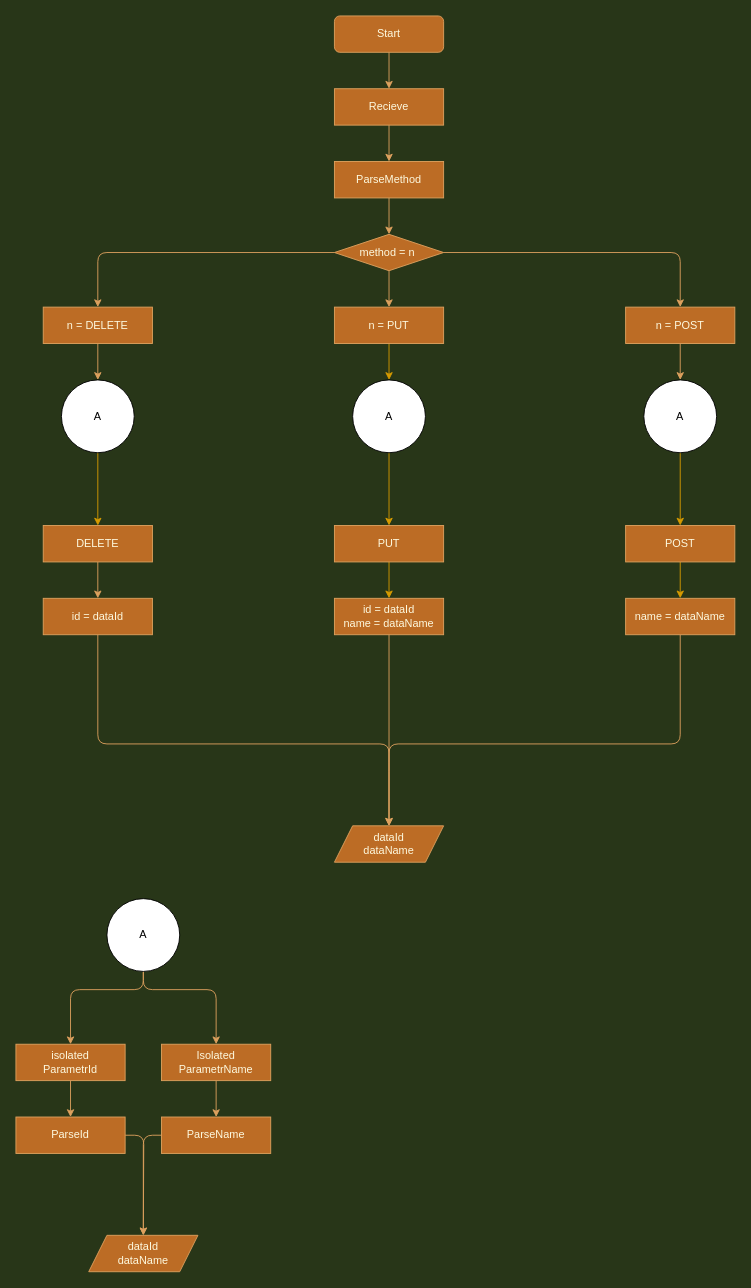
Earlier version of the draw.io diagram Untitled Diagram.drawio (AntiSoundWorld/Server-Curl). Source tidied: cells renumbered, new cells numbered last; positions are measured from the earlier drawing's top-left corner, leaving out a move shared by most shapes. Both pictures are drawn from the tidied source at 91%, with x=0, y=0 at pixel (15, 15).
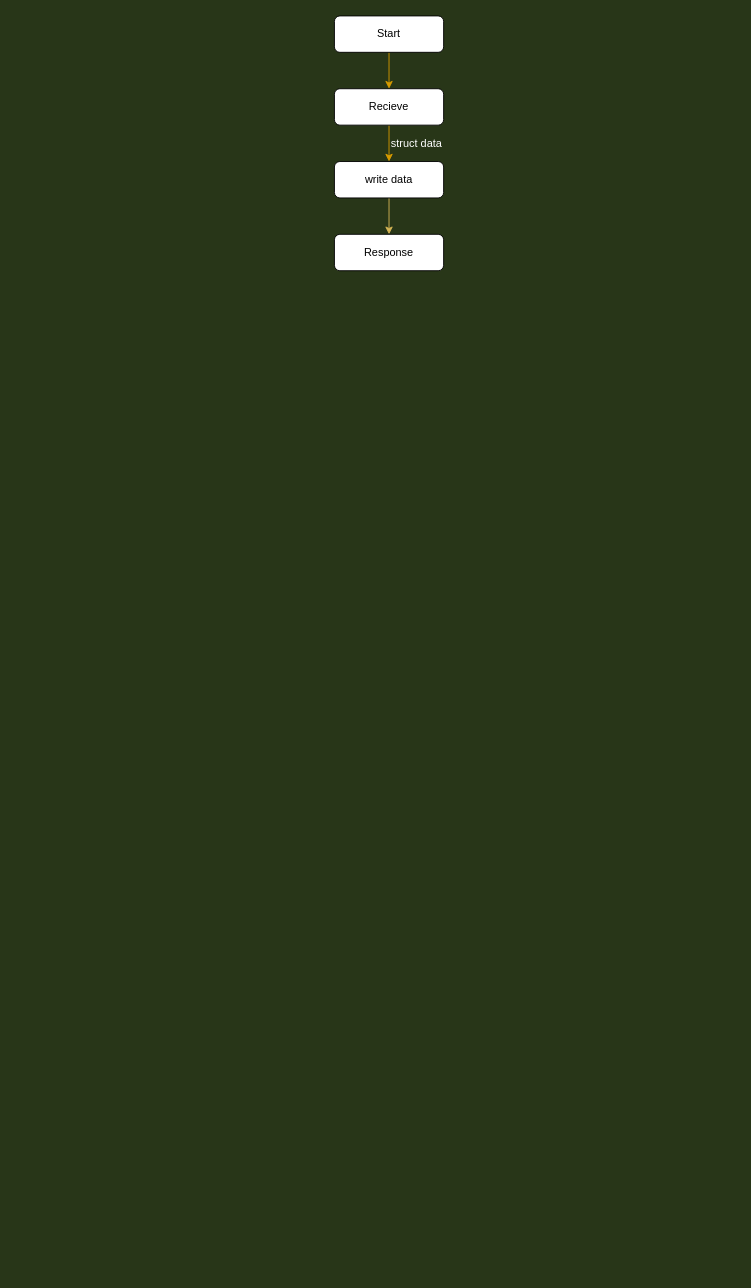
The same diagram, later.

The edit, as a diff of the source:
```diff
@@
+    <mxCell id="17" style="edgeStyle=orthogonalEdgeStyle;rounded=0;orthogonalLoop=1;jettySize=auto;html=1;" parent="1" edge="1">
+      <mxGeometry relative="1" as="geometry">
+        <mxPoint x="430" y="-20" as="targetPoint" />
+      </mxGeometry>
+    </mxCell>
+    <mxCell id="3" style="edgeStyle=orthogonalEdgeStyle;rounded=0;jettySize=auto;html=1;fillColor=#ffe6cc;strokeColor=#d79b00;" parent="1" edge="1" source="2" target="5">
+      <mxGeometry relative="1" as="geometry" />
+    </mxCell>
-    <mxCell id="2" value="Start" style="rounded=1;whiteSpace=wrap;html=1;fillColor=#BC6C25;strokeColor=#DDA15E;fontColor=#FEFAE0;" parent="1" vertex="1">
+    <mxCell id="2" value="Start&lt;br&gt;" style="rounded=1;whiteSpace=wrap;html=1;" parent="1" vertex="1">
       <mxGeometry x="350" width="120" height="40" as="geometry" />
     </mxCell>
-    <mxCell id="3" style="endArrow=classic;html=1;strokeColor=#DDA15E;fillColor=#BC6C25;fontColor=#FEFAE0;entryX=0.5;entryY=0;entryDx=0;entryDy=0;" parent="1" edge="1" source="2" target="5">
-      <mxGeometry relative="1" as="geometry" />
-    </mxCell>
-    <mxCell id="4" style="edgeStyle=orthogonalEdgeStyle;curved=0;rounded=1;sketch=0;jettySize=auto;html=1;strokeColor=#DDA15E;fillColor=#BC6C25;fontColor=#FEFAE0;" parent="1" edge="1" source="5" target="7">
-      <mxGeometry relative="1" as="geometry" />
-    </mxCell>
+    <mxCell id="53" style="edgeStyle=orthogonalEdgeStyle;rounded=0;jettySize=auto;html=1;fillColor=#ffe6cc;strokeColor=#d79b00;" parent="1" edge="1" source="5" target="55">
+      <mxGeometry relative="1" as="geometry" />
+    </mxCell>
-    <mxCell id="5" value="Recieve&lt;br&gt;" style="rounded=0;whiteSpace=wrap;html=1;sketch=0;strokeColor=#DDA15E;fillColor=#BC6C25;fontColor=#FEFAE0;" parent="1" vertex="1">
+    <mxCell id="5" value="Recieve" style="rounded=1;whiteSpace=wrap;html=1;" parent="1" vertex="1">
       <mxGeometry x="350" y="80" width="120" height="40" as="geometry" />
     </mxCell>
-    <mxCell id="6" style="edgeStyle=orthogonalEdgeStyle;curved=0;rounded=1;sketch=0;jettySize=auto;html=1;strokeColor=#DDA15E;fillColor=#BC6C25;fontColor=#FEFAE0;" parent="1" edge="1" source="7" target="12">
-      <mxGeometry relative="1" as="geometry" />
-    </mxCell>
-    <mxCell id="7" value="ParseMethod" style="rounded=0;whiteSpace=wrap;html=1;sketch=0;strokeColor=#DDA15E;fillColor=#BC6C25;fontColor=#FEFAE0;" parent="1" vertex="1">
-      <mxGeometry x="350" y="160" width="120" height="40" as="geometry" />
-    </mxCell>
-    <mxCell id="8" style="edgeStyle=orthogonalEdgeStyle;curved=0;rounded=1;sketch=0;orthogonalLoop=1;jettySize=auto;html=1;exitX=0.5;exitY=1;exitDx=0;exitDy=0;strokeColor=#DDA15E;fillColor=#BC6C25;fontColor=#FEFAE0;" parent="1" edge="1" source="5" target="5">
-      <mxGeometry relative="1" as="geometry" />
-    </mxCell>
-    <mxCell id="9" style="edgeStyle=orthogonalEdgeStyle;curved=0;rounded=1;sketch=0;jettySize=auto;html=1;strokeColor=#DDA15E;fillColor=#BC6C25;fontColor=#FEFAE0;" parent="1" edge="1" source="12" target="16">
-      <mxGeometry relative="1" as="geometry" />
-    </mxCell>
-    <mxCell id="10" style="edgeStyle=orthogonalEdgeStyle;curved=0;rounded=1;sketch=0;jettySize=auto;html=1;strokeColor=#DDA15E;fillColor=#BC6C25;fontColor=#FEFAE0;entryX=0.5;entryY=0;entryDx=0;entryDy=0;" parent="1" edge="1" source="12" target="14">
-      <mxGeometry relative="1" as="geometry" />
-    </mxCell>
-    <mxCell id="11" style="edgeStyle=orthogonalEdgeStyle;curved=0;rounded=1;sketch=0;jettySize=auto;html=1;strokeColor=#DDA15E;fillColor=#BC6C25;fontColor=#FEFAE0;entryX=0.5;entryY=0;entryDx=0;entryDy=0;" parent="1" edge="1" source="12" target="28">
-      <mxGeometry relative="1" as="geometry" />
-    </mxCell>
-    <mxCell id="12" value="method = n&amp;nbsp;" style="rhombus;whiteSpace=wrap;html=1;rounded=0;sketch=0;strokeColor=#DDA15E;fillColor=#BC6C25;fontColor=#FEFAE0;" parent="1" vertex="1">
-      <mxGeometry x="350" y="240" width="120" height="40" as="geometry" />
-    </mxCell>
-    <mxCell id="13" style="edgeStyle=orthogonalEdgeStyle;curved=0;rounded=1;sketch=0;jettySize=auto;html=1;strokeColor=#DDA15E;fillColor=#BC6C25;fontColor=#FEFAE0;exitX=0.5;exitY=1;exitDx=0;exitDy=0;" parent="1" edge="1" source="14" target="47">
-      <mxGeometry relative="1" as="geometry" />
-    </mxCell>
-    <mxCell id="14" value="n = DELETE" style="rounded=0;whiteSpace=wrap;html=1;sketch=0;strokeColor=#DDA15E;fillColor=#BC6C25;fontColor=#FEFAE0;" parent="1" vertex="1">
-      <mxGeometry x="30" y="320" width="120" height="40" as="geometry" />
-    </mxCell>
-    <mxCell id="15" style="edgeStyle=orthogonalEdgeStyle;rounded=0;jettySize=auto;html=1;entryX=0.5;entryY=0;entryDx=0;entryDy=0;fillColor=#ffe6cc;strokeColor=#d79b00;" parent="1" edge="1" source="16" target="50">
-      <mxGeometry relative="1" as="geometry" />
-    </mxCell>
-    <mxCell id="16" value="n = PUT" style="rounded=0;whiteSpace=wrap;html=1;sketch=0;strokeColor=#DDA15E;fillColor=#BC6C25;fontColor=#FEFAE0;" parent="1" vertex="1">
-      <mxGeometry x="350" y="320" width="120" height="40" as="geometry" />
-    </mxCell>
-    <mxCell id="17" style="edgeStyle=orthogonalEdgeStyle;rounded=0;orthogonalLoop=1;jettySize=auto;html=1;" parent="1" edge="1">
-      <mxGeometry relative="1" as="geometry">
-        <mxPoint x="390" y="460" as="targetPoint" />
-      </mxGeometry>
-    </mxCell>
-    <mxCell id="18" style="edgeStyle=orthogonalEdgeStyle;curved=0;rounded=1;sketch=0;jettySize=auto;html=1;strokeColor=#DDA15E;fillColor=#BC6C25;fontColor=#FEFAE0;" parent="1" edge="1" source="19" target="25">
-      <mxGeometry relative="1" as="geometry" />
-    </mxCell>
-    <mxCell id="19" value="DELETE&lt;br&gt;" style="rounded=0;whiteSpace=wrap;html=1;sketch=0;strokeColor=#DDA15E;fillColor=#BC6C25;fontColor=#FEFAE0;" parent="1" vertex="1">
-      <mxGeometry x="30" y="560" width="120" height="40" as="geometry" />
-    </mxCell>
-    <mxCell id="20" style="edgeStyle=orthogonalEdgeStyle;rounded=0;jettySize=auto;html=1;fillColor=#ffe6cc;strokeColor=#d79b00;" parent="1" edge="1" source="21" target="34">
-      <mxGeometry relative="1" as="geometry" />
-    </mxCell>
-    <mxCell id="21" value="PUT" style="rounded=0;whiteSpace=wrap;html=1;sketch=0;strokeColor=#DDA15E;fillColor=#BC6C25;fontColor=#FEFAE0;" parent="1" vertex="1">
-      <mxGeometry x="350" y="560" width="120" height="40" as="geometry" />
-    </mxCell>
-    <mxCell id="22" style="edgeStyle=orthogonalEdgeStyle;rounded=0;jettySize=auto;html=1;fillColor=#ffe6cc;strokeColor=#d79b00;" parent="1" edge="1" source="23" target="32">
-      <mxGeometry relative="1" as="geometry" />
-    </mxCell>
-    <mxCell id="23" value="POST" style="rounded=0;whiteSpace=wrap;html=1;sketch=0;strokeColor=#DDA15E;fillColor=#BC6C25;fontColor=#FEFAE0;" parent="1" vertex="1">
-      <mxGeometry x="670" y="560" width="120" height="40" as="geometry" />
-    </mxCell>
-    <mxCell id="24" style="edgeStyle=orthogonalEdgeStyle;curved=0;rounded=1;sketch=0;jettySize=auto;html=1;strokeColor=#DDA15E;fillColor=#BC6C25;fontColor=#FEFAE0;exitX=0.5;exitY=1;exitDx=0;exitDy=0;" parent="1" edge="1" source="25">
-      <mxGeometry relative="1" as="geometry">
-        <mxPoint x="410" y="890" as="targetPoint" />
-        <Array as="points">
-          <mxPoint x="90" y="800" />
-          <mxPoint x="410" y="800" />
-        </Array>
-      </mxGeometry>
-    </mxCell>
-    <mxCell id="25" value="id = dataId" style="rounded=0;whiteSpace=wrap;html=1;sketch=0;strokeColor=#DDA15E;fillColor=#BC6C25;fontColor=#FEFAE0;" parent="1" vertex="1">
-      <mxGeometry x="30" y="640" width="120" height="40" as="geometry" />
-    </mxCell>
-    <mxCell id="26" value="dataId&lt;br&gt;dataName" style="shape=parallelogram;perimeter=parallelogramPerimeter;whiteSpace=wrap;html=1;fixedSize=1;rounded=0;sketch=0;strokeColor=#DDA15E;fillColor=#BC6C25;fontColor=#FEFAE0;" parent="1" vertex="1">
-      <mxGeometry x="350" y="890" width="120" height="40" as="geometry" />
-    </mxCell>
-    <mxCell id="27" style="edgeStyle=orthogonalEdgeStyle;curved=0;rounded=1;sketch=0;jettySize=auto;html=1;strokeColor=#DDA15E;fillColor=#BC6C25;fontColor=#FEFAE0;exitX=0.5;exitY=1;exitDx=0;exitDy=0;entryX=0.5;entryY=0;entryDx=0;entryDy=0;" parent="1" edge="1" source="28" target="52">
-      <mxGeometry relative="1" as="geometry" />
-    </mxCell>
-    <mxCell id="28" value="n = POST" style="rounded=0;whiteSpace=wrap;html=1;sketch=0;strokeColor=#DDA15E;fillColor=#BC6C25;fontColor=#FEFAE0;" parent="1" vertex="1">
-      <mxGeometry x="670" y="320" width="120" height="40" as="geometry" />
-    </mxCell>
-    <mxCell id="29" style="edgeStyle=orthogonalEdgeStyle;curved=0;rounded=1;sketch=0;orthogonalLoop=1;jettySize=auto;html=1;exitX=0.5;exitY=1;exitDx=0;exitDy=0;strokeColor=#DDA15E;fillColor=#BC6C25;fontColor=#FEFAE0;" parent="1" edge="1">
-      <mxGeometry relative="1" as="geometry">
-        <mxPoint x="410" y="510" as="sourcePoint" />
-        <mxPoint x="410" y="510" as="targetPoint" />
-      </mxGeometry>
-    </mxCell>
-    <mxCell id="30" style="edgeStyle=orthogonalEdgeStyle;curved=0;rounded=1;sketch=0;orthogonalLoop=1;jettySize=auto;html=1;exitX=0.5;exitY=1;exitDx=0;exitDy=0;strokeColor=#DDA15E;fillColor=#BC6C25;fontColor=#FEFAE0;" parent="1" edge="1">
-      <mxGeometry relative="1" as="geometry">
-        <mxPoint x="410" y="510" as="sourcePoint" />
-        <mxPoint x="410" y="510" as="targetPoint" />
-      </mxGeometry>
-    </mxCell>
-    <mxCell id="31" style="edgeStyle=orthogonalEdgeStyle;curved=0;rounded=1;sketch=0;jettySize=auto;html=1;strokeColor=#DDA15E;fillColor=#BC6C25;fontColor=#FEFAE0;entryX=0.5;entryY=0;entryDx=0;entryDy=0;exitX=0.5;exitY=1;exitDx=0;exitDy=0;" parent="1" edge="1" source="32" target="26">
-      <mxGeometry relative="1" as="geometry">
-        <Array as="points">
-          <mxPoint x="730" y="800" />
-          <mxPoint x="410" y="800" />
-        </Array>
-      </mxGeometry>
-    </mxCell>
-    <mxCell id="32" value="name = dataName" style="rounded=0;whiteSpace=wrap;html=1;sketch=0;strokeColor=#DDA15E;fillColor=#BC6C25;fontColor=#FEFAE0;" parent="1" vertex="1">
-      <mxGeometry x="670" y="640" width="120" height="40" as="geometry" />
-    </mxCell>
-    <mxCell id="33" style="edgeStyle=orthogonalEdgeStyle;curved=0;rounded=1;sketch=0;jettySize=auto;html=1;strokeColor=#DDA15E;fillColor=#BC6C25;fontColor=#FEFAE0;exitX=0.5;exitY=1;exitDx=0;exitDy=0;" parent="1" edge="1" source="34">
-      <mxGeometry relative="1" as="geometry">
-        <mxPoint x="410" y="890" as="targetPoint" />
-        <Array as="points">
-          <mxPoint x="410" y="820" />
-          <mxPoint x="410" y="820" />
-        </Array>
-      </mxGeometry>
-    </mxCell>
-    <mxCell id="34" value="id = dataId&lt;br&gt;name = dataName" style="rounded=0;whiteSpace=wrap;html=1;sketch=0;strokeColor=#DDA15E;fillColor=#BC6C25;fontColor=#FEFAE0;" parent="1" vertex="1">
-      <mxGeometry x="350" y="640" width="120" height="40" as="geometry" />
-    </mxCell>
-    <mxCell id="35" style="edgeStyle=orthogonalEdgeStyle;curved=0;rounded=1;sketch=0;jettySize=auto;html=1;strokeColor=#DDA15E;fillColor=#BC6C25;fontColor=#FEFAE0;" parent="1" edge="1" target="38">
-      <mxGeometry relative="1" as="geometry">
-        <mxPoint x="140" y="1050" as="sourcePoint" />
-        <Array as="points">
-          <mxPoint x="140" y="1070" />
-          <mxPoint x="60" y="1070" />
-        </Array>
-      </mxGeometry>
-    </mxCell>
-    <mxCell id="36" style="edgeStyle=orthogonalEdgeStyle;curved=0;rounded=1;sketch=0;jettySize=auto;html=1;strokeColor=#DDA15E;fillColor=#BC6C25;fontColor=#FEFAE0;" parent="1" edge="1" target="42">
-      <mxGeometry relative="1" as="geometry">
-        <mxPoint x="140" y="1050" as="sourcePoint" />
-        <Array as="points">
-          <mxPoint x="140" y="1070" />
-          <mxPoint x="220" y="1070" />
-        </Array>
-      </mxGeometry>
-    </mxCell>
-    <mxCell id="37" style="edgeStyle=orthogonalEdgeStyle;curved=0;rounded=1;sketch=0;jettySize=auto;html=1;strokeColor=#DDA15E;fillColor=#BC6C25;fontColor=#FEFAE0;" parent="1" edge="1" source="38" target="40">
-      <mxGeometry relative="1" as="geometry" />
-    </mxCell>
-    <mxCell id="38" value="isolated&lt;br&gt;ParametrId" style="rounded=0;whiteSpace=wrap;html=1;sketch=0;strokeColor=#DDA15E;fillColor=#BC6C25;fontColor=#FEFAE0;" parent="1" vertex="1">
-      <mxGeometry y="1130" width="120" height="40" as="geometry" />
-    </mxCell>
-    <mxCell id="39" style="edgeStyle=orthogonalEdgeStyle;curved=0;rounded=1;sketch=0;jettySize=auto;html=1;strokeColor=#DDA15E;fillColor=#BC6C25;fontColor=#FEFAE0;" parent="1" edge="1" source="40">
-      <mxGeometry relative="1" as="geometry">
-        <mxPoint x="140" y="1340" as="targetPoint" />
-      </mxGeometry>
-    </mxCell>
-    <mxCell id="40" value="ParseId" style="rounded=0;whiteSpace=wrap;html=1;sketch=0;strokeColor=#DDA15E;fillColor=#BC6C25;fontColor=#FEFAE0;" parent="1" vertex="1">
-      <mxGeometry y="1210" width="120" height="40" as="geometry" />
-    </mxCell>
-    <mxCell id="41" style="edgeStyle=orthogonalEdgeStyle;curved=0;rounded=1;sketch=0;jettySize=auto;html=1;strokeColor=#DDA15E;fillColor=#BC6C25;fontColor=#FEFAE0;" parent="1" edge="1" source="42" target="43">
-      <mxGeometry relative="1" as="geometry" />
-    </mxCell>
-    <mxCell id="42" value="Isolated&lt;br&gt;ParametrName" style="rounded=0;whiteSpace=wrap;html=1;sketch=0;strokeColor=#DDA15E;fillColor=#BC6C25;fontColor=#FEFAE0;" parent="1" vertex="1">
-      <mxGeometry x="160" y="1130" width="120" height="40" as="geometry" />
-    </mxCell>
-    <mxCell id="43" value="ParseName" style="rounded=0;whiteSpace=wrap;html=1;sketch=0;strokeColor=#DDA15E;fillColor=#BC6C25;fontColor=#FEFAE0;" parent="1" vertex="1">
-      <mxGeometry x="160" y="1210" width="120" height="40" as="geometry" />
-    </mxCell>
-    <mxCell id="44" style="edgeStyle=orthogonalEdgeStyle;curved=0;rounded=1;sketch=0;jettySize=auto;html=1;strokeColor=#DDA15E;fillColor=#BC6C25;fontColor=#FEFAE0;entryX=0.5;entryY=0;entryDx=0;entryDy=0;" parent="1" edge="1" source="43" target="45">
-      <mxGeometry relative="1" as="geometry">
-        <Array as="points">
-          <mxPoint x="140" y="1230" />
-        </Array>
-      </mxGeometry>
-    </mxCell>
-    <mxCell id="45" value="dataId&lt;br&gt;dataName" style="shape=parallelogram;perimeter=parallelogramPerimeter;whiteSpace=wrap;html=1;fixedSize=1;rounded=0;sketch=0;strokeColor=#DDA15E;fillColor=#BC6C25;fontColor=#FEFAE0;" parent="1" vertex="1">
-      <mxGeometry x="80" y="1340" width="120" height="40" as="geometry" />
-    </mxCell>
-    <mxCell id="46" style="edgeStyle=orthogonalEdgeStyle;rounded=0;jettySize=auto;html=1;entryX=0.5;entryY=0;entryDx=0;entryDy=0;fillColor=#ffe6cc;strokeColor=#d79b00;" parent="1" edge="1" source="47" target="19">
-      <mxGeometry relative="1" as="geometry" />
-    </mxCell>
-    <mxCell id="47" value="A" style="ellipse;whiteSpace=wrap;html=1;" parent="1" vertex="1">
-      <mxGeometry x="50" y="400" width="80" height="80" as="geometry" />
-    </mxCell>
-    <mxCell id="48" value="A" style="ellipse;whiteSpace=wrap;html=1;" parent="1" vertex="1">
-      <mxGeometry x="100" y="970" width="80" height="80" as="geometry" />
-    </mxCell>
-    <mxCell id="49" style="edgeStyle=orthogonalEdgeStyle;rounded=0;jettySize=auto;html=1;entryX=0.5;entryY=0;entryDx=0;entryDy=0;fillColor=#ffe6cc;strokeColor=#d79b00;" parent="1" edge="1" source="50" target="21">
-      <mxGeometry relative="1" as="geometry" />
-    </mxCell>
-    <mxCell id="50" value="A" style="ellipse;whiteSpace=wrap;html=1;" parent="1" vertex="1">
-      <mxGeometry x="370" y="400" width="80" height="80" as="geometry" />
-    </mxCell>
-    <mxCell id="51" style="edgeStyle=orthogonalEdgeStyle;rounded=0;jettySize=auto;html=1;entryX=0.5;entryY=0;entryDx=0;entryDy=0;fillColor=#ffe6cc;strokeColor=#d79b00;" parent="1" edge="1" source="52" target="23">
-      <mxGeometry relative="1" as="geometry" />
-    </mxCell>
-    <mxCell id="52" value="A" style="ellipse;whiteSpace=wrap;html=1;" parent="1" vertex="1">
-      <mxGeometry x="690" y="400" width="80" height="80" as="geometry" />
-    </mxCell>
+    <mxCell id="54" style="edgeStyle=orthogonalEdgeStyle;rounded=0;jettySize=auto;html=1;fillColor=#fff2cc;strokeColor=#d6b656;" parent="1" edge="1" source="55" target="56">
+      <mxGeometry relative="1" as="geometry" />
+    </mxCell>
+    <mxCell id="55" value="write data" style="rounded=1;whiteSpace=wrap;html=1;" parent="1" vertex="1">
+      <mxGeometry x="350" y="160" width="120" height="40" as="geometry" />
+    </mxCell>
+    <mxCell id="56" value="Response" style="rounded=1;whiteSpace=wrap;html=1;" parent="1" vertex="1">
+      <mxGeometry x="350" y="240" width="120" height="40" as="geometry" />
+    </mxCell>
+    <mxCell id="57" value="&lt;font color=&quot;#ffffff&quot;&gt;struct data&lt;/font&gt;" style="text;html=1;align=center;verticalAlign=middle;" parent="1" vertex="1">
+      <mxGeometry x="405" y="130" width="70" height="20" as="geometry" />
+    </mxCell>
```
